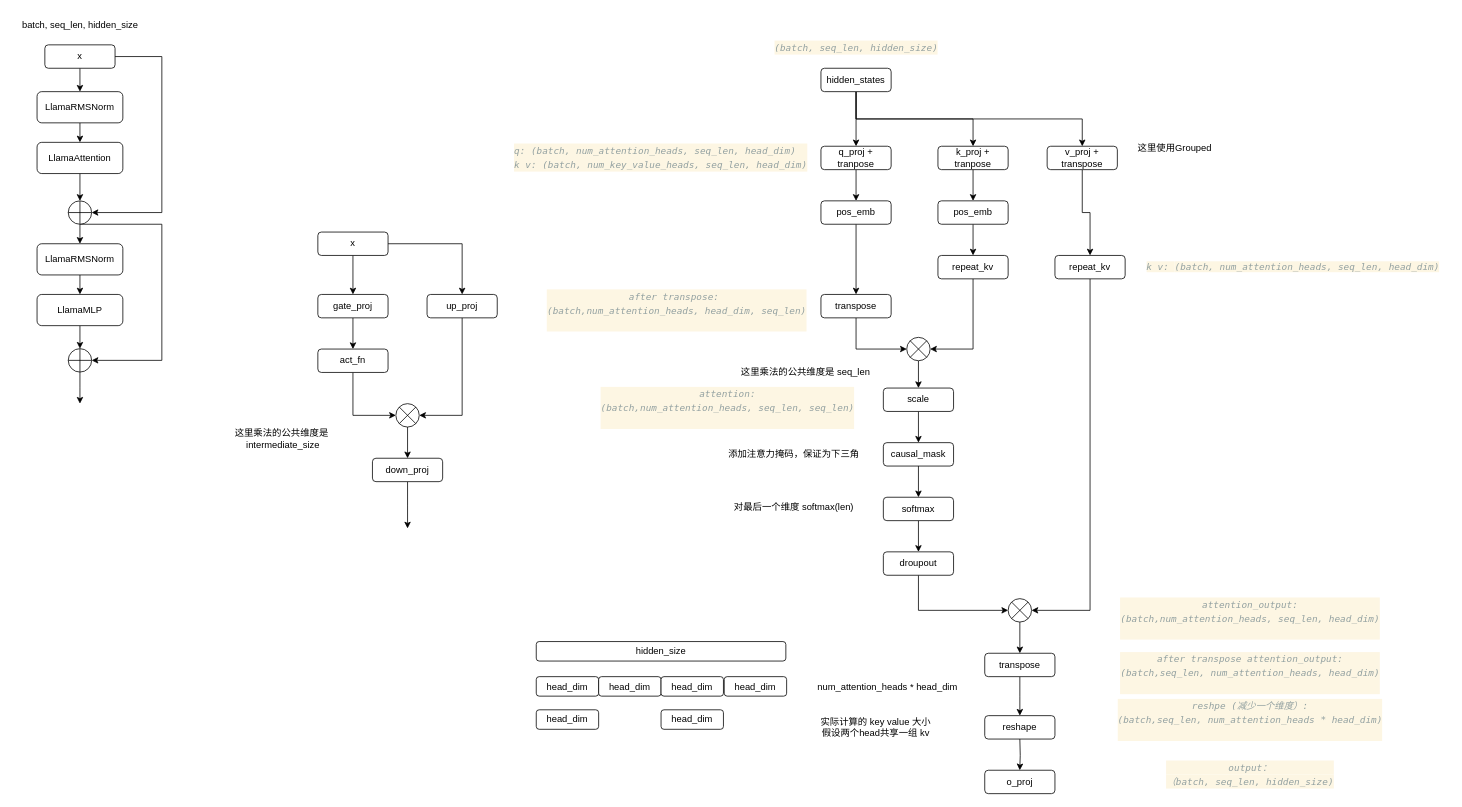
wanakiki/transformers keeps this draw.io diagram as page "第 1 页" (1 of 4) of src/transformers/models/llama/llama-arch.drawio. Above is the earlier version. Source tidied: cells renumbered, new cells numbered last; positions are measured from the earlier drawing's top-left corner, leaving out a move shared by most shapes. Both pictures are drawn from the tidied source at 78%, with x=0, y=0 at pixel (13, 13).
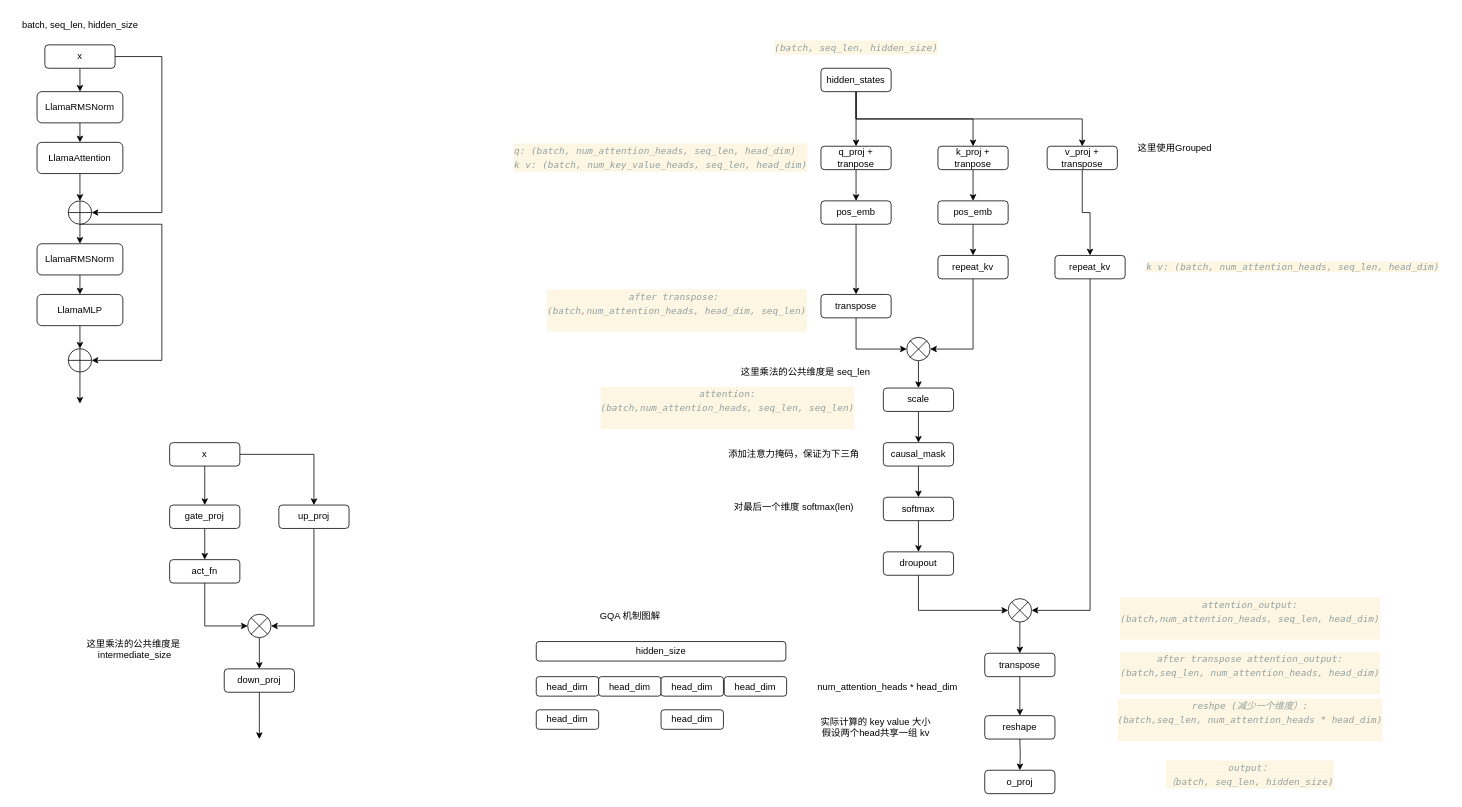
Above is the later version.

Change to the diagram source:
```diff
@@
     <mxCell id="20" value="x" style="rounded=1;whiteSpace=wrap;html=1;" parent="1" vertex="1">
-      <mxGeometry x="390" y="280" width="90" height="30" as="geometry" />
+      <mxGeometry x="200" y="550" width="90" height="30" as="geometry" />
     </mxCell>
@@
     <mxCell id="22" value="gate_proj" style="rounded=1;whiteSpace=wrap;html=1;" parent="1" vertex="1">
-      <mxGeometry x="390" y="360" width="90" height="30" as="geometry" />
+      <mxGeometry x="200" y="630" width="90" height="30" as="geometry" />
     </mxCell>
@@
     <mxCell id="24" value="up_proj" style="rounded=1;whiteSpace=wrap;html=1;" parent="1" vertex="1">
-      <mxGeometry x="530" y="360" width="90" height="30" as="geometry" />
+      <mxGeometry x="340" y="630" width="90" height="30" as="geometry" />
     </mxCell>
@@
     <mxCell id="26" value="act_fn" style="rounded=1;whiteSpace=wrap;html=1;" parent="1" vertex="1">
-      <mxGeometry x="390" y="430" width="90" height="30" as="geometry" />
+      <mxGeometry x="200" y="700" width="90" height="30" as="geometry" />
     </mxCell>
@@
     <mxCell id="28" style="shape=sumEllipse;perimeter=ellipsePerimeter;whiteSpace=wrap;html=1;backgroundOutline=1;" parent="1" vertex="1">
-      <mxGeometry x="490" y="500" width="30" height="30" as="geometry" />
+      <mxGeometry x="300" y="770" width="30" height="30" as="geometry" />
     </mxCell>
     <mxCell id="29" style="edgeStyle=orthogonalEdgeStyle;rounded=0;jettySize=auto;html=1;exitX=0.5;exitY=1;exitDx=0;exitDy=0;" parent="1" edge="1" source="30">
       <mxGeometry relative="1" as="geometry">
-        <mxPoint x="505" y="660" as="targetPoint" />
+        <mxPoint x="315" y="930" as="targetPoint" />
       </mxGeometry>
     </mxCell>
     <mxCell id="30" value="down_proj" style="rounded=1;whiteSpace=wrap;html=1;" parent="1" vertex="1">
-      <mxGeometry x="460" y="570" width="90" height="30" as="geometry" />
+      <mxGeometry x="270" y="840" width="90" height="30" as="geometry" />
     </mxCell>
@@
     <mxCell id="66" value="这里乘法的公共维度是&amp;nbsp;&lt;div&gt;intermediate_size&lt;/div&gt;" style="text;html=1;align=center;verticalAlign=middle;strokeColor=none;fillColor=none;" parent="1" vertex="1">
-      <mxGeometry x="270" y="525" width="150" height="40" as="geometry" />
+      <mxGeometry x="80" y="795" width="150" height="40" as="geometry" />
     </mxCell>
@@
+    <mxCell id="92" value="GQA 机制图解" style="text;html=1;align=center;verticalAlign=middle;strokeColor=none;fillColor=none;" parent="1" vertex="1">
+      <mxGeometry x="740" y="758" width="100" height="30" as="geometry" />
+    </mxCell>
```
